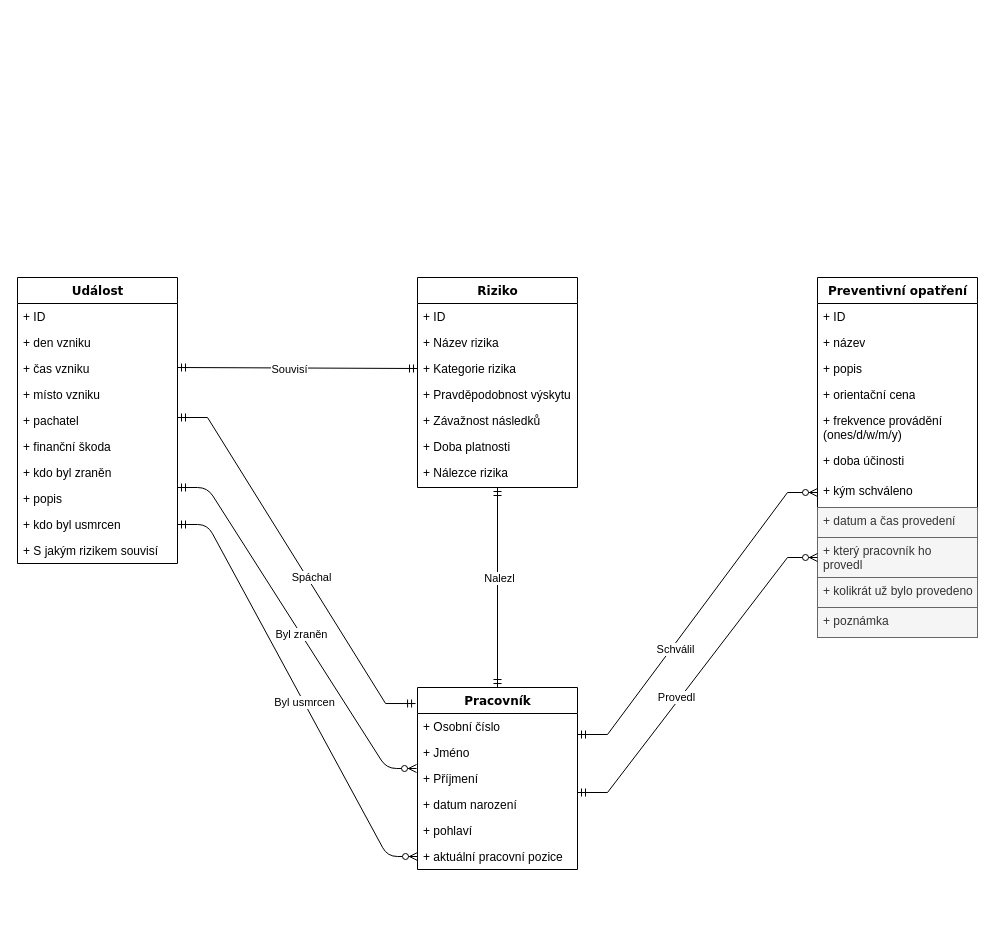
This is Untitled Diagram.drawio from 00663/00663, a draw.io file, before an edit. Source tidied: cells renumbered, new cells numbered last; positions are measured from the earlier drawing's top-left corner, leaving out a move shared by most shapes. Both pictures are drawn from the tidied source at 100%, with x=0, y=0 at pixel (17, 277).
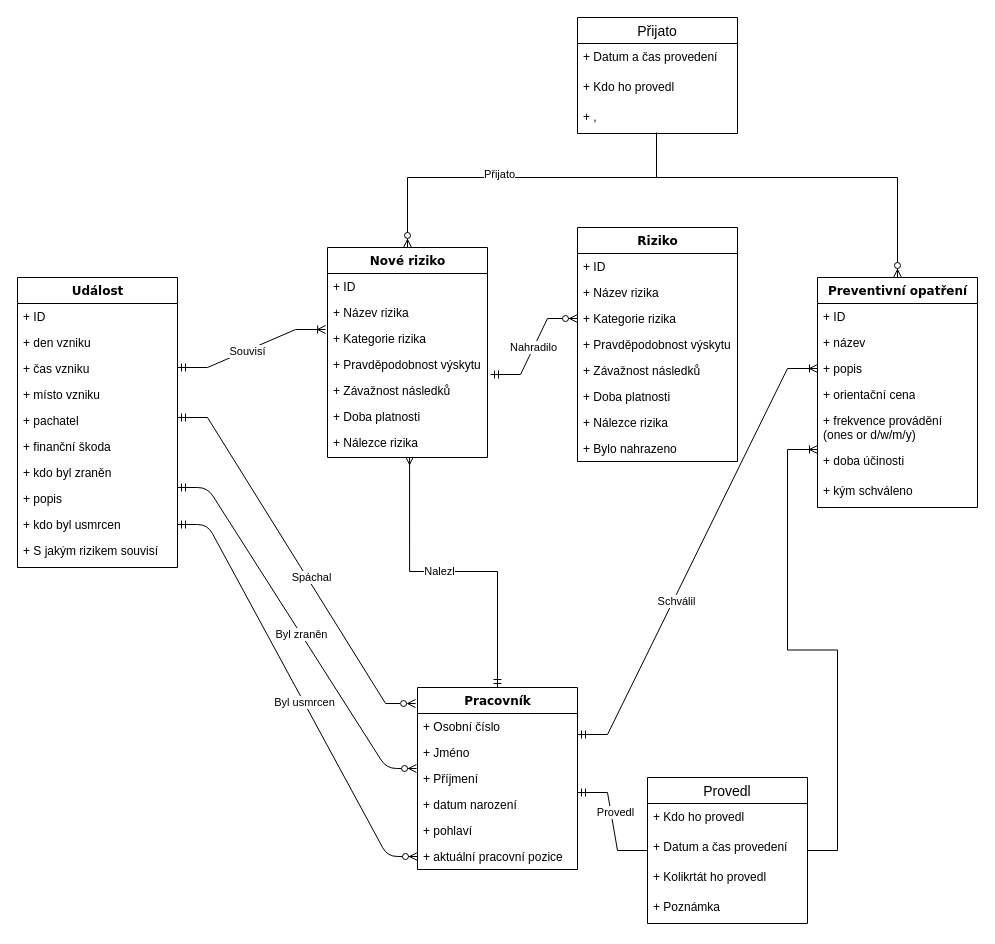
Above is the later version.

The change refers to these unchanged cells:
```xml
<mxCell id="5" value="+ Kategorie rizika" style="text;html=1;strokeColor=none;fillColor=none;align=left;verticalAlign=top;spacingLeft=4;spacingRight=4;whiteSpace=wrap;overflow=hidden;points=[[0,0.5],[1,0.5]];portConstraint=eastwest;" parent="2" vertex="1">
  <mxGeometry y="78" width="160" height="26" as="geometry" />
</mxCell>
<mxCell id="10" value="Pracovník" style="swimlane;html=1;fontStyle=1;align=center;verticalAlign=top;horizontal=1;startSize=26;swimlaneFillColor=#ffffff;rounded=0;shadow=0;comic=0;labelBackgroundColor=none;strokeWidth=1;fillColor=none;fontFamily=Verdana;fontSize=12;" parent="1" vertex="1">
  <mxGeometry x="400" y="410" width="160" height="182" as="geometry" />
</mxCell>
<mxCell id="20" value="+ popis" style="text;html=1;strokeColor=none;fillColor=none;align=left;verticalAlign=top;spacingLeft=4;spacingRight=4;whiteSpace=wrap;overflow=hidden;points=[[0,0.5],[1,0.5]];portConstraint=eastwest;" parent="17" vertex="1">
  <mxGeometry y="78" width="160" height="26" as="geometry" />
</mxCell>
<mxCell id="24" value="+ kým schváleno" style="text;html=1;strokeColor=none;fillColor=none;align=left;verticalAlign=top;spacingLeft=4;spacingRight=4;whiteSpace=wrap;overflow=hidden;points=[[0,0.5],[1,0.5]];portConstraint=eastwest;" parent="17" vertex="1">
  <mxGeometry y="200" width="160" height="30" as="geometry" />
</mxCell>
```

What changed in the source:
```diff
@@
     <mxCell id="2" value="Riziko" style="swimlane;html=1;fontStyle=1;align=center;verticalAlign=top;horizontal=1;startSize=26;swimlaneFillColor=#ffffff;rounded=0;shadow=0;comic=0;labelBackgroundColor=none;strokeWidth=1;fillColor=none;fontFamily=Verdana;fontSize=12;" parent="1" vertex="1">
-      <mxGeometry x="400" width="160" height="210" as="geometry" />
+      <mxGeometry x="560" y="-50" width="160" height="234" as="geometry" />
     </mxCell>
@@
+    <mxCell id="54" value="+ Bylo nahrazeno" style="text;html=1;strokeColor=none;fillColor=none;align=left;verticalAlign=top;spacingLeft=4;spacingRight=4;whiteSpace=wrap;overflow=hidden;" parent="2" vertex="1">
+      <mxGeometry y="208" width="160" height="26" as="geometry" />
+    </mxCell>
@@
     <mxCell id="17" value="Preventivní opatření" style="swimlane;html=1;fontStyle=1;align=center;verticalAlign=top;horizontal=1;startSize=26;swimlaneFillColor=#ffffff;rounded=0;shadow=0;comic=0;labelBackgroundColor=none;strokeWidth=1;fillColor=none;fontFamily=Verdana;fontSize=12;" parent="1" vertex="1">
-      <mxGeometry x="800" width="160" height="360" as="geometry" />
+      <mxGeometry x="800" width="160" height="230" as="geometry" />
     </mxCell>
@@
-    <mxCell id="22" value="+ frekvence provádění (ones/d/w/m/y)&amp;nbsp;" style="text;html=1;strokeColor=none;fillColor=none;align=left;verticalAlign=top;spacingLeft=4;spacingRight=4;whiteSpace=wrap;overflow=hidden;" parent="17" vertex="1">
+    <mxCell id="22" value="+ frekvence provádění (ones or d/w/m/y)&amp;nbsp;" style="text;html=1;strokeColor=none;fillColor=none;align=left;verticalAlign=top;spacingLeft=4;spacingRight=4;whiteSpace=wrap;overflow=hidden;" parent="17" vertex="1">
       <mxGeometry y="130" width="160" height="40" as="geometry" />
     </mxCell>
@@
-    <mxCell id="25" value="+ datum a čas provedení" style="text;html=1;strokeColor=#666666;fillColor=#f5f5f5;align=left;verticalAlign=top;spacingLeft=4;spacingRight=4;whiteSpace=wrap;overflow=hidden;fontColor=#333333;" parent="17" vertex="1">
-      <mxGeometry y="230" width="160" height="30" as="geometry" />
-    </mxCell>
-    <mxCell id="26" value="+ který pracovník ho provedl" style="text;html=1;strokeColor=#666666;fillColor=#f5f5f5;align=left;verticalAlign=top;spacingLeft=4;spacingRight=4;whiteSpace=wrap;overflow=hidden;points=[[0,0.5],[1,0.5]];portConstraint=eastwest;fontColor=#333333;" parent="17" vertex="1">
-      <mxGeometry y="260" width="160" height="40" as="geometry" />
-    </mxCell>
-    <mxCell id="27" value="+ kolikrát už bylo provedeno" style="text;html=1;strokeColor=#666666;fillColor=#f5f5f5;align=left;verticalAlign=top;spacingLeft=4;spacingRight=4;whiteSpace=wrap;overflow=hidden;fontColor=#333333;" parent="17" vertex="1">
-      <mxGeometry y="300" width="160" height="30" as="geometry" />
-    </mxCell>
-    <mxCell id="28" value="+ poznámka" style="text;html=1;strokeColor=#666666;fillColor=#f5f5f5;align=left;verticalAlign=top;spacingLeft=4;spacingRight=4;whiteSpace=wrap;overflow=hidden;fontColor=#333333;" parent="17" vertex="1">
-      <mxGeometry y="330" width="160" height="30" as="geometry" />
-    </mxCell>
     <mxCell id="29" value="Událost" style="swimlane;html=1;fontStyle=1;align=center;verticalAlign=top;horizontal=1;startSize=26;swimlaneFillColor=#ffffff;rounded=0;shadow=0;comic=0;labelBackgroundColor=none;strokeWidth=1;fillColor=none;fontFamily=Verdana;fontSize=12;" parent="1" vertex="1">
-      <mxGeometry width="160" height="286" as="geometry" />
+      <mxGeometry width="160" height="290" as="geometry" />
     </mxCell>
@@
-    <mxCell id="44" style="fontSize=12;html=1;endArrow=ERmandOne;startArrow=ERmandOne;labelBorderColor=none;verticalAlign=middle;align=center;jumpStyle=arc;strokeColor=default;rounded=0;endSize=6;startSize=6;sourcePerimeterSpacing=0;exitX=0.5;exitY=0;exitDx=0;exitDy=0;" parent="1" edge="1" source="10">
-      <mxGeometry relative="1" as="geometry">
-        <mxPoint x="480" y="210" as="targetPoint" />
-      </mxGeometry>
+    <mxCell id="44" style="fontSize=12;html=1;endArrow=ERmany;startArrow=ERmandOne;labelBorderColor=none;verticalAlign=middle;align=center;jumpStyle=arc;strokeColor=default;rounded=0;endSize=6;startSize=6;sourcePerimeterSpacing=0;exitX=0.5;exitY=0;exitDx=0;exitDy=0;endFill=0;entryX=0.513;entryY=1.038;entryDx=0;entryDy=0;entryPerimeter=0;edgeStyle=orthogonalEdgeStyle;" parent="1" edge="1" source="10" target="68">
+      <mxGeometry relative="1" as="geometry" />
     </mxCell>
@@
-    <mxCell id="46" style="edgeStyle=entityRelationEdgeStyle;fontSize=12;html=1;endArrow=ERmandOne;startArrow=ERmandOne;rounded=0;labelBorderColor=none;startSize=6;endSize=6;sourcePerimeterSpacing=0;strokeColor=default;align=center;verticalAlign=middle;jumpStyle=arc;entryX=-0.012;entryY=0.088;entryDx=0;entryDy=0;entryPerimeter=0;" parent="1" edge="1" target="10">
+    <mxCell id="46" style="edgeStyle=entityRelationEdgeStyle;fontSize=12;html=1;endArrow=ERzeroToMany;startArrow=ERmandOne;rounded=0;labelBorderColor=none;startSize=6;endSize=6;sourcePerimeterSpacing=0;strokeColor=default;align=center;verticalAlign=middle;jumpStyle=arc;entryX=-0.012;entryY=0.088;entryDx=0;entryDy=0;entryPerimeter=0;endFill=0;" parent="1" edge="1" target="10">
       <mxGeometry relative="1" as="geometry">
         <mxPoint x="160" y="140" as="sourcePoint" />
       </mxGeometry>
     </mxCell>
@@
-    <mxCell id="48" style="edgeStyle=entityRelationEdgeStyle;fontSize=12;html=1;endArrow=ERmandOne;startArrow=ERmandOne;rounded=0;labelBorderColor=none;startSize=6;endSize=6;sourcePerimeterSpacing=0;strokeColor=default;align=center;verticalAlign=middle;jumpStyle=arc;entryX=0;entryY=0.5;entryDx=0;entryDy=0;" parent="1" edge="1" target="5">
+    <mxCell id="48" style="edgeStyle=entityRelationEdgeStyle;fontSize=12;html=1;endArrow=ERoneToMany;startArrow=ERmandOne;rounded=0;labelBorderColor=none;startSize=6;endSize=6;sourcePerimeterSpacing=0;strokeColor=default;align=center;verticalAlign=middle;jumpStyle=arc;endFill=0;entryX=-0.012;entryY=0.154;entryDx=0;entryDy=0;entryPerimeter=0;" parent="1" edge="1" target="64">
       <mxGeometry relative="1" as="geometry">
         <mxPoint x="160" y="90" as="sourcePoint" />
       </mxGeometry>
     </mxCell>
@@
-    <mxCell id="50" style="edgeStyle=entityRelationEdgeStyle;fontSize=12;html=1;endArrow=ERzeroToMany;startArrow=ERmandOne;rounded=0;labelBorderColor=none;startSize=6;endSize=6;sourcePerimeterSpacing=0;strokeColor=default;align=center;verticalAlign=middle;jumpStyle=arc;entryX=0;entryY=0.5;entryDx=0;entryDy=0;" parent="1" edge="1" target="24">
+    <mxCell id="50" style="edgeStyle=entityRelationEdgeStyle;fontSize=12;html=1;endArrow=ERoneToMany;startArrow=ERmandOne;rounded=0;labelBorderColor=none;startSize=6;endSize=6;sourcePerimeterSpacing=0;strokeColor=default;align=center;verticalAlign=middle;jumpStyle=arc;entryX=0;entryY=0.5;entryDx=0;entryDy=0;endFill=0;" parent="1" edge="1" target="20">
       <mxGeometry relative="1" as="geometry">
         <mxPoint x="560" y="457" as="sourcePoint" />
       </mxGeometry>
     </mxCell>
@@
-    <mxCell id="52" style="edgeStyle=entityRelationEdgeStyle;fontSize=12;html=1;endArrow=ERzeroToMany;startArrow=ERmandOne;rounded=0;labelBorderColor=none;startSize=6;endSize=6;sourcePerimeterSpacing=0;strokeColor=default;align=center;verticalAlign=middle;jumpStyle=arc;entryX=0;entryY=0.5;entryDx=0;entryDy=0;" parent="1" edge="1" target="26">
+    <mxCell id="52" style="edgeStyle=entityRelationEdgeStyle;fontSize=12;html=1;endArrow=ERoneToMany;startArrow=none;rounded=0;labelBorderColor=none;startSize=6;endSize=6;strokeColor=default;align=center;verticalAlign=middle;jumpStyle=arc;endFill=0;" parent="1" edge="1" source="55">
       <mxGeometry relative="1" as="geometry">
-        <mxPoint x="560" y="515" as="sourcePoint" />
+        <mxPoint x="800" y="172" as="targetPoint" />
       </mxGeometry>
     </mxCell>
+    <mxCell id="55" value="Provedl" style="swimlane;fontStyle=0;horizontal=1;startSize=26;align=center;fontSize=14;" parent="1" vertex="1">
+      <mxGeometry x="630" y="500" width="160" height="146" as="geometry" />
+    </mxCell>
+    <mxCell id="56" value="+ Kdo ho provedl" style="text;strokeColor=none;fillColor=none;spacingLeft=4;spacingRight=4;overflow=hidden;fontSize=12;" parent="55" vertex="1">
+      <mxGeometry y="26" width="160" height="30" as="geometry" />
+    </mxCell>
+    <mxCell id="57" value="+ Datum a čas provedení" style="text;strokeColor=none;fillColor=none;spacingLeft=4;spacingRight=4;overflow=hidden;fontSize=12;" parent="55" vertex="1">
+      <mxGeometry y="56" width="160" height="30" as="geometry" />
+    </mxCell>
+    <mxCell id="58" value="+ Kolikrtát ho provedl" style="text;strokeColor=none;fillColor=none;spacingLeft=4;spacingRight=4;overflow=hidden;fontSize=12;" parent="55" vertex="1">
+      <mxGeometry y="86" width="160" height="30" as="geometry" />
+    </mxCell>
+    <mxCell id="59" value="+ Poznámka&#10;" style="text;strokeColor=none;fillColor=none;spacingLeft=4;spacingRight=4;overflow=hidden;fontSize=12;" parent="55" vertex="1">
+      <mxGeometry y="116" width="160" height="30" as="geometry" />
+    </mxCell>
+    <mxCell id="60" style="edgeStyle=entityRelationEdgeStyle;fontSize=12;html=1;endArrow=none;startArrow=ERmandOne;rounded=0;labelBorderColor=none;startSize=6;endSize=6;sourcePerimeterSpacing=0;strokeColor=default;align=center;verticalAlign=middle;jumpStyle=arc;entryX=0;entryY=0.5;entryDx=0;entryDy=0;" parent="1" edge="1" target="55">
+      <mxGeometry relative="1" as="geometry">
+        <mxPoint x="560" y="515" as="sourcePoint" />
+      </mxGeometry>
+    </mxCell>
-    <mxCell id="53" value="Provedl" style="edgeLabel;html=1;align=center;verticalAlign=middle;" parent="52" vertex="1">
+    <mxCell id="53" value="Provedl" style="edgeLabel;html=1;align=center;verticalAlign=middle;" parent="60" vertex="1">
       <mxGeometry x="-0.17" y="4" relative="1" as="geometry">
         <mxPoint y="1" as="offset" />
       </mxGeometry>
     </mxCell>
+    <mxCell id="61" value="Nové riziko" style="swimlane;html=1;fontStyle=1;align=center;verticalAlign=top;horizontal=1;startSize=26;swimlaneFillColor=#ffffff;rounded=0;shadow=0;comic=0;labelBackgroundColor=none;strokeWidth=1;fillColor=none;fontFamily=Verdana;fontSize=12;" parent="1" vertex="1">
+      <mxGeometry x="310" y="-30" width="160" height="210" as="geometry" />
+    </mxCell>
+    <mxCell id="62" value="+ ID" style="text;html=1;strokeColor=none;fillColor=none;align=left;verticalAlign=top;spacingLeft=4;spacingRight=4;whiteSpace=wrap;overflow=hidden;" parent="61" vertex="1">
+      <mxGeometry y="26" width="160" height="26" as="geometry" />
+    </mxCell>
+    <mxCell id="63" value="+ Název rizika" style="text;html=1;strokeColor=none;fillColor=none;align=left;verticalAlign=top;spacingLeft=4;spacingRight=4;whiteSpace=wrap;overflow=hidden;" parent="61" vertex="1">
+      <mxGeometry y="52" width="160" height="26" as="geometry" />
+    </mxCell>
+    <mxCell id="64" value="+ Kategorie rizika" style="text;html=1;strokeColor=none;fillColor=none;align=left;verticalAlign=top;spacingLeft=4;spacingRight=4;whiteSpace=wrap;overflow=hidden;points=[[0,0.5],[1,0.5]];portConstraint=eastwest;" parent="61" vertex="1">
+      <mxGeometry y="78" width="160" height="26" as="geometry" />
+    </mxCell>
+    <mxCell id="65" value="+ Pravděpodobnost výskytu" style="text;html=1;strokeColor=none;fillColor=none;align=left;verticalAlign=top;spacingLeft=4;spacingRight=4;whiteSpace=wrap;overflow=hidden;points=[[0,0.5],[1,0.5]];portConstraint=eastwest;" parent="61" vertex="1">
+      <mxGeometry y="104" width="160" height="26" as="geometry" />
+    </mxCell>
+    <mxCell id="66" value="+ Závažnost následků" style="text;html=1;strokeColor=none;fillColor=none;align=left;verticalAlign=top;spacingLeft=4;spacingRight=4;whiteSpace=wrap;overflow=hidden;" parent="61" vertex="1">
+      <mxGeometry y="130" width="160" height="26" as="geometry" />
+    </mxCell>
+    <mxCell id="67" value="+ Doba platnosti" style="text;html=1;strokeColor=none;fillColor=none;align=left;verticalAlign=top;spacingLeft=4;spacingRight=4;whiteSpace=wrap;overflow=hidden;" parent="61" vertex="1">
+      <mxGeometry y="156" width="160" height="26" as="geometry" />
+    </mxCell>
+    <mxCell id="68" value="+ Nálezce rizika" style="text;html=1;strokeColor=none;fillColor=none;align=left;verticalAlign=top;spacingLeft=4;spacingRight=4;whiteSpace=wrap;overflow=hidden;points=[[0,0.5],[1,0.5]];portConstraint=eastwest;" parent="61" vertex="1">
+      <mxGeometry y="182" width="160" height="26" as="geometry" />
+    </mxCell>
+    <mxCell id="69" style="edgeStyle=entityRelationEdgeStyle;fontSize=12;html=1;endArrow=ERzeroToMany;startArrow=ERmandOne;rounded=0;exitX=1.019;exitY=0.885;exitDx=0;exitDy=0;exitPerimeter=0;entryX=0;entryY=0.5;entryDx=0;entryDy=0;" parent="1" edge="1" source="65" target="5">
+      <mxGeometry relative="1" as="geometry" />
+    </mxCell>
+    <mxCell id="70" value="Nahradilo" style="edgeLabel;html=1;align=center;verticalAlign=middle;" parent="69" vertex="1">
+      <mxGeometry x="-0.01" y="1" relative="1" as="geometry" />
+    </mxCell>
+    <mxCell id="71" style="edgeStyle=orthogonalEdgeStyle;fontSize=12;html=1;endArrow=ERzeroToMany;endFill=1;startArrow=none;rounded=0;strokeColor=default;jumpStyle=arc;exitX=0.494;exitY=0.967;exitDx=0;exitDy=0;entryX=0.5;entryY=0;entryDx=0;entryDy=0;entryPerimeter=0;exitPerimeter=0;" parent="1" edge="1" source="75" target="17">
+      <mxGeometry relative="1" as="geometry">
+        <Array as="points">
+          <mxPoint x="639" y="-100" />
+          <mxPoint x="880" y="-100" />
+        </Array>
+      </mxGeometry>
+    </mxCell>
+    <mxCell id="72" value="Přijato" style="swimlane;fontStyle=0;horizontal=1;startSize=26;align=center;fontSize=14;" parent="1" vertex="1">
+      <mxGeometry x="560" y="-260" width="160" height="116" as="geometry" />
+    </mxCell>
+    <mxCell id="73" value="+ Datum a čas provedení" style="text;strokeColor=none;fillColor=none;spacingLeft=4;spacingRight=4;overflow=hidden;fontSize=12;" parent="72" vertex="1">
+      <mxGeometry y="26" width="160" height="30" as="geometry" />
+    </mxCell>
+    <mxCell id="74" value="+ Kdo ho provedl" style="text;strokeColor=none;fillColor=none;spacingLeft=4;spacingRight=4;overflow=hidden;fontSize=12;" parent="72" vertex="1">
+      <mxGeometry y="56" width="160" height="30" as="geometry" />
+    </mxCell>
+    <mxCell id="75" value="+ ," style="text;strokeColor=none;fillColor=none;spacingLeft=4;spacingRight=4;overflow=hidden;points=[[0,0.5],[1,0.5]];portConstraint=eastwest;fontSize=12;" parent="72" vertex="1">
+      <mxGeometry y="86" width="160" height="30" as="geometry" />
+    </mxCell>
+    <mxCell id="76" style="edgeStyle=orthogonalEdgeStyle;fontSize=12;html=1;endArrow=none;endFill=1;startArrow=ERzeroToMany;rounded=0;strokeColor=default;jumpStyle=arc;exitX=0.5;exitY=0;exitDx=0;exitDy=0;" parent="1" edge="1" source="61">
+      <mxGeometry relative="1" as="geometry">
+        <mxPoint x="639" y="-142" as="targetPoint" />
+        <Array as="points">
+          <mxPoint x="390" y="-100" />
+          <mxPoint x="639" y="-100" />
+          <mxPoint x="639" y="-142" />
+        </Array>
+      </mxGeometry>
+    </mxCell>
+    <mxCell id="77" value="Přijato" style="edgeLabel;html=1;align=center;verticalAlign=middle;" parent="76" vertex="1">
+      <mxGeometry x="-0.11" y="4" relative="1" as="geometry" />
+    </mxCell>
```
